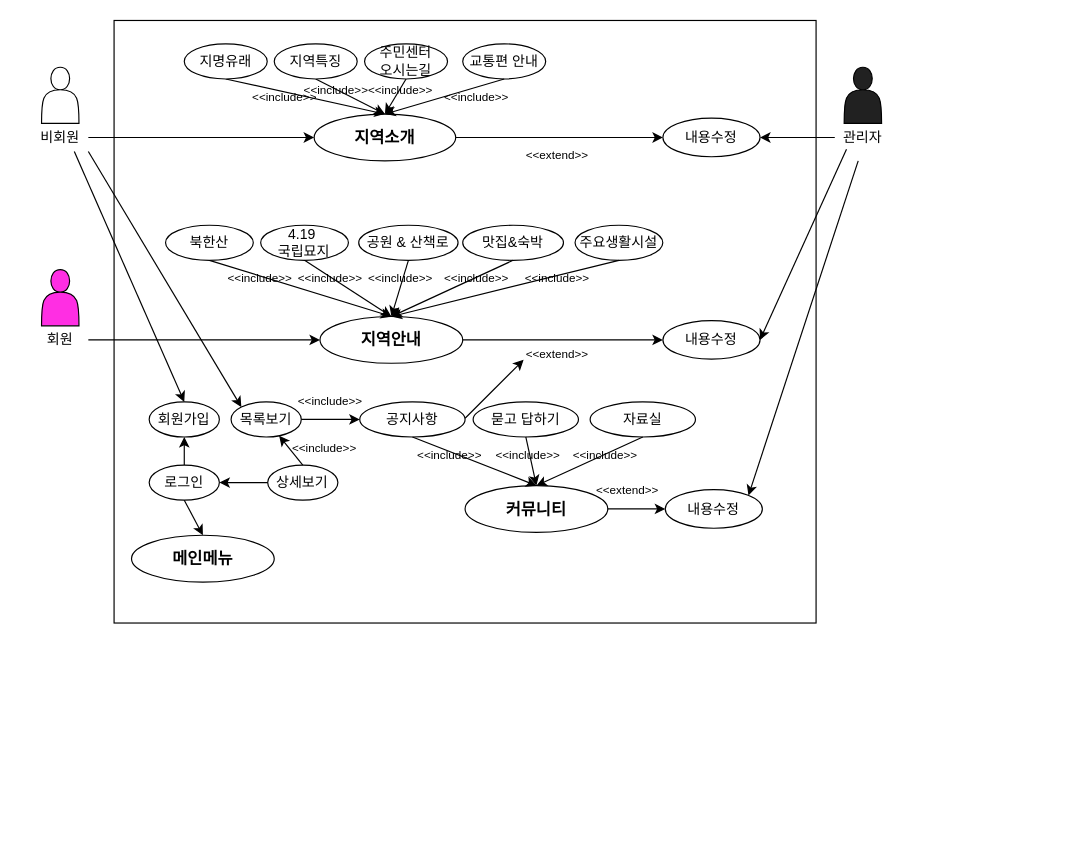
This is design/usecase_draw.drawio from leeyangie/pro01, a draw.io file, before an edit. Source tidied: cells renumbered, new cells numbered last; positions are measured from the earlier drawing's top-left corner, leaving out a move shared by most shapes. Both pictures are drawn from the tidied source at 117%, with x=0, y=0 at pixel (32, 20).
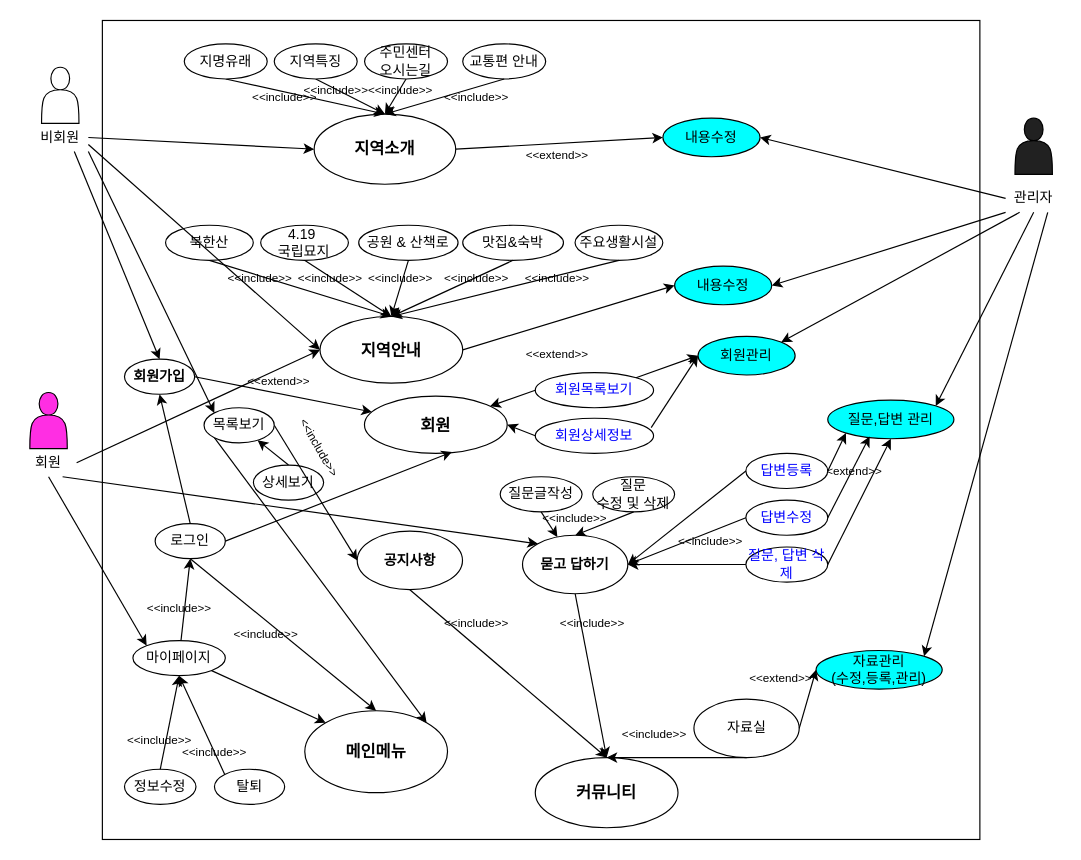
After the change.

Unchanged cells that the change refers to:
```xml
<mxCell id="11" value="비회원" style="text;html=1;align=center;verticalAlign=middle;whiteSpace=wrap;rounded=0;" parent="9" vertex="1">
  <mxGeometry y="56" width="48" height="24" as="geometry" />
</mxCell>
<mxCell id="22" value="회원" style="text;html=1;align=center;verticalAlign=middle;whiteSpace=wrap;rounded=0;" parent="20" vertex="1">
  <mxGeometry y="56" width="48" height="24" as="geometry" />
</mxCell>
```

Change to the diagram source:
```diff
@@
     <mxCell id="2" style="rounded=0;whiteSpace=wrap;html=1;" parent="1" vertex="1">
-      <mxGeometry x="70" width="600" height="515" as="geometry" />
+      <mxGeometry x="60" width="750" height="700" as="geometry" />
     </mxCell>
@@
     <mxCell id="4" value="&lt;b&gt;&lt;font style=&quot;font-size: 14px;&quot;&gt;지역소개&lt;/font&gt;&lt;/b&gt;" style="ellipse;whiteSpace=wrap;html=1;" parent="1" vertex="1">
-      <mxGeometry x="241" y="80" width="121" height="40" as="geometry" />
+      <mxGeometry x="241" y="80" width="121" height="60" as="geometry" />
     </mxCell>
@@
     <mxCell id="12" style="shape=actor;whiteSpace=wrap;html=1;fillColor=#212121;" parent="1" vertex="1">
-      <mxGeometry x="694" y="40" width="32" height="48" as="geometry" />
+      <mxGeometry x="840" y="83.5" width="32" height="48" as="geometry" />
     </mxCell>
     <mxCell id="13" value="관리자" style="text;html=1;align=center;verticalAlign=middle;whiteSpace=wrap;rounded=0;" parent="1" vertex="1">
-      <mxGeometry x="686" y="88" width="48" height="24" as="geometry" />
+      <mxGeometry x="832" y="140" width="48" height="24" as="geometry" />
     </mxCell>
@@
-    <mxCell id="15" value="내용수정" style="ellipse;whiteSpace=wrap;html=1;" parent="1" vertex="1">
+    <mxCell id="15" value="내용수정" style="ellipse;whiteSpace=wrap;html=1;fillColor=#00FFFF;" parent="1" vertex="1">
       <mxGeometry x="539.1" y="83.5" width="83" height="33" as="geometry" />
     </mxCell>
@@
     <mxCell id="17" value="&lt;span style=&quot;font-size: 14px;&quot;&gt;&lt;b&gt;지역안내&lt;/b&gt;&lt;/span&gt;" style="ellipse;whiteSpace=wrap;html=1;" parent="1" vertex="1">
-      <mxGeometry x="246" y="253" width="122" height="40" as="geometry" />
+      <mxGeometry x="246" y="253" width="122" height="57" as="geometry" />
     </mxCell>
@@
     <mxCell id="20" style="group;" parent="1" vertex="1">
-      <mxGeometry y="205" width="48" height="80" as="geometry" />
+      <mxGeometry x="-10" y="310" width="48" height="80" as="geometry" />
     </mxCell>
@@
-    <mxCell id="23" value="내용수정" style="ellipse;whiteSpace=wrap;html=1;" parent="1" vertex="1">
-      <mxGeometry x="539.1" y="256.5" width="83" height="33" as="geometry" />
+    <mxCell id="23" value="내용수정" style="ellipse;whiteSpace=wrap;html=1;fillColor=#00FFFF;" parent="1" vertex="1">
+      <mxGeometry x="549.1" y="210" width="83" height="33" as="geometry" />
     </mxCell>
-    <mxCell id="24" style="endArrow=classic;html=1;rounded=0;exitX=0;exitY=0.5;exitDx=0;exitDy=0;entryX=1;entryY=0.5;entryDx=0;entryDy=0;" parent="1" edge="1" target="23">
-      <mxGeometry relative="1" as="geometry">
-        <mxPoint x="696" y="110" as="sourcePoint" />
-      </mxGeometry>
+    <mxCell id="24" style="endArrow=classic;html=1;rounded=0;exitX=0;exitY=1;exitDx=0;exitDy=0;entryX=1;entryY=0.5;entryDx=0;entryDy=0;" parent="1" edge="1" source="13" target="23">
+      <mxGeometry relative="1" as="geometry" />
     </mxCell>
     <mxCell id="25" value="&lt;span style=&quot;font-size: 14px;&quot;&gt;&lt;b&gt;커뮤니티&lt;/b&gt;&lt;/span&gt;" style="ellipse;whiteSpace=wrap;html=1;" parent="1" vertex="1">
-      <mxGeometry x="370" y="397.5" width="122" height="40" as="geometry" />
+      <mxGeometry x="430" y="630" width="122" height="60" as="geometry" />
     </mxCell>
-    <mxCell id="26" value="목록보기" style="ellipse;whiteSpace=wrap;html=1;" parent="1" vertex="1">
-      <mxGeometry x="170" y="326" width="60" height="30" as="geometry" />
-    </mxCell>
     <mxCell id="27" value="상세보기" style="ellipse;whiteSpace=wrap;html=1;" parent="1" vertex="1">
-      <mxGeometry x="201.3" y="380" width="60" height="30" as="geometry" />
+      <mxGeometry x="189.1" y="380" width="60" height="30" as="geometry" />
     </mxCell>
-    <mxCell id="28" value="회원가입" style="ellipse;whiteSpace=wrap;html=1;" parent="1" vertex="1">
-      <mxGeometry x="100" y="326" width="60" height="30" as="geometry" />
+    <mxCell id="28" value="&lt;b&gt;회원가입&lt;/b&gt;" style="ellipse;whiteSpace=wrap;html=1;" parent="1" vertex="1">
+      <mxGeometry x="78.9" y="289.5" width="60" height="30" as="geometry" />
     </mxCell>
     <mxCell id="29" value="로그인" style="ellipse;whiteSpace=wrap;html=1;" parent="1" vertex="1">
-      <mxGeometry x="100" y="380" width="60" height="30" as="geometry" />
+      <mxGeometry x="105.1" y="430" width="60" height="30" as="geometry" />
     </mxCell>
-    <mxCell id="30" value="공지사항" style="ellipse;whiteSpace=wrap;html=1;" parent="1" vertex="1">
-      <mxGeometry x="280" y="326" width="90" height="30" as="geometry" />
+    <mxCell id="30" value="&lt;b&gt;공지사항&lt;/b&gt;" style="ellipse;whiteSpace=wrap;html=1;" parent="1" vertex="1">
+      <mxGeometry x="277.8" y="436.5" width="90" height="50" as="geometry" />
     </mxCell>
@@
     <mxCell id="44" value="&lt;span style=&quot;font-size: 14px;&quot;&gt;&lt;b&gt;메인메뉴&lt;/b&gt;&lt;/span&gt;" style="ellipse;whiteSpace=wrap;html=1;" parent="1" vertex="1">
-      <mxGeometry x="84.9" y="440" width="122" height="40" as="geometry" />
+      <mxGeometry x="233" y="590" width="122" height="70" as="geometry" />
     </mxCell>
@@
-    <mxCell id="50" style="endArrow=classic;html=1;rounded=0;exitX=0;exitY=0.5;exitDx=0;exitDy=0;entryX=1;entryY=0.5;entryDx=0;entryDy=0;" parent="1" edge="1" source="27" target="29">
-      <mxGeometry relative="1" as="geometry" />
-    </mxCell>
@@
-    <mxCell id="53" value="&lt;font style=&quot;font-size: 10px;&quot;&gt;&amp;lt;&amp;lt;include&amp;gt;&amp;gt;&lt;/font&gt;" style="text;html=1;align=center;verticalAlign=middle;whiteSpace=wrap;rounded=0;" parent="1" vertex="1">
-      <mxGeometry x="220" y="350" width="60" height="30" as="geometry" />
-    </mxCell>
-    <mxCell id="54" value="&lt;font style=&quot;font-size: 10px;&quot;&gt;&amp;lt;&amp;lt;include&amp;gt;&amp;gt;&lt;/font&gt;" style="text;html=1;align=center;verticalAlign=middle;whiteSpace=wrap;rounded=0;" parent="1" vertex="1">
-      <mxGeometry x="225.1" y="310" width="60" height="30" as="geometry" />
+    <mxCell id="54" value="&lt;font style=&quot;font-size: 10px;&quot;&gt;&amp;lt;&amp;lt;include&amp;gt;&amp;gt;&lt;/font&gt;" style="text;html=1;align=center;verticalAlign=middle;whiteSpace=wrap;rounded=0;rotation=60;" parent="1" vertex="1">
+      <mxGeometry x="215.8" y="350" width="60" height="30" as="geometry" />
     </mxCell>
@@
-    <mxCell id="56" value="묻고 답하기" style="ellipse;whiteSpace=wrap;html=1;" parent="1" vertex="1">
-      <mxGeometry x="376.9" y="326" width="90" height="30" as="geometry" />
+    <mxCell id="56" value="&lt;b&gt;묻고 답하기&lt;/b&gt;" style="ellipse;whiteSpace=wrap;html=1;" parent="1" vertex="1">
+      <mxGeometry x="419.1" y="440" width="90" height="50" as="geometry" />
     </mxCell>
     <mxCell id="57" value="자료실" style="ellipse;whiteSpace=wrap;html=1;" parent="1" vertex="1">
-      <mxGeometry x="476.9" y="326" width="90" height="30" as="geometry" />
+      <mxGeometry x="565.6" y="580" width="90" height="50" as="geometry" />
     </mxCell>
@@
-    <mxCell id="60" value="내용수정" style="ellipse;whiteSpace=wrap;html=1;" parent="1" vertex="1">
-      <mxGeometry x="541.1" y="401" width="83" height="33" as="geometry" />
+    <mxCell id="60" value="자료관리&lt;div&gt;(수정,등록,관리)&lt;/div&gt;" style="ellipse;whiteSpace=wrap;html=1;fillColor=#00FFFF;" parent="1" vertex="1">
+      <mxGeometry x="670" y="538.5" width="107.8" height="33" as="geometry" />
     </mxCell>
-    <mxCell id="61" style="endArrow=classic;html=1;rounded=0;exitX=0;exitY=0.5;exitDx=0;exitDy=0;entryX=1;entryY=0;entryDx=0;entryDy=0;" parent="1" edge="1" target="60">
-      <mxGeometry relative="1" as="geometry">
-        <mxPoint x="706" y="120" as="sourcePoint" />
-      </mxGeometry>
+    <mxCell id="61" style="endArrow=classic;html=1;rounded=0;exitX=0.75;exitY=1;exitDx=0;exitDy=0;entryX=1;entryY=0;entryDx=0;entryDy=0;" parent="1" edge="1" source="13" target="60">
+      <mxGeometry relative="1" as="geometry" />
     </mxCell>
-    <mxCell id="62" style="endArrow=classic;html=1;rounded=0;exitX=1;exitY=0.5;exitDx=0;exitDy=0;entryX=0;entryY=0.5;entryDx=0;entryDy=0;" parent="1" edge="1" source="25" target="60">
+    <mxCell id="62" style="endArrow=classic;html=1;rounded=0;exitX=1;exitY=0.5;exitDx=0;exitDy=0;entryX=0;entryY=0.5;entryDx=0;entryDy=0;" parent="1" edge="1" source="57" target="60">
       <mxGeometry relative="1" as="geometry" />
     </mxCell>
     <mxCell id="63" value="&lt;font style=&quot;font-size: 10px;&quot;&gt;&amp;lt;&amp;lt;extend&amp;gt;&amp;gt;&lt;/font&gt;" style="text;html=1;align=center;verticalAlign=middle;whiteSpace=wrap;rounded=0;" parent="1" vertex="1">
-      <mxGeometry x="479.1" y="386" width="60" height="30" as="geometry" />
+      <mxGeometry x="670" y="370" width="60" height="30" as="geometry" />
     </mxCell>
@@
     <mxCell id="66" value="&lt;font style=&quot;font-size: 10px;&quot;&gt;&amp;lt;&amp;lt;include&amp;gt;&amp;gt;&lt;/font&gt;" style="text;html=1;align=center;verticalAlign=middle;whiteSpace=wrap;rounded=0;" parent="1" vertex="1">
-      <mxGeometry x="327" y="356" width="60" height="30" as="geometry" />
+      <mxGeometry x="350" y="500" width="60" height="30" as="geometry" />
     </mxCell>
     <mxCell id="67" value="&lt;font style=&quot;font-size: 10px;&quot;&gt;&amp;lt;&amp;lt;include&amp;gt;&amp;gt;&lt;/font&gt;" style="text;html=1;align=center;verticalAlign=middle;whiteSpace=wrap;rounded=0;" parent="1" vertex="1">
-      <mxGeometry x="460" y="356" width="60" height="30" as="geometry" />
+      <mxGeometry x="502.1" y="595" width="60" height="30" as="geometry" />
     </mxCell>
     <mxCell id="68" value="&lt;font style=&quot;font-size: 10px;&quot;&gt;&amp;lt;&amp;lt;include&amp;gt;&amp;gt;&lt;/font&gt;" style="text;html=1;align=center;verticalAlign=middle;whiteSpace=wrap;rounded=0;" parent="1" vertex="1">
-      <mxGeometry x="393.5" y="356" width="60" height="30" as="geometry" />
+      <mxGeometry x="449.1" y="500" width="60" height="30" as="geometry" />
     </mxCell>
@@
-    <mxCell id="77" style="endArrow=classic;html=1;rounded=0;" parent="1" edge="1">
-      <mxGeometry relative="1" as="geometry">
-        <mxPoint x="370" y="340" as="sourcePoint" />
-        <mxPoint x="420" y="290" as="targetPoint" />
-      </mxGeometry>
-    </mxCell>
@@
+    <mxCell id="79" value="&lt;span style=&quot;font-size: 14px;&quot;&gt;&lt;b&gt;회원&lt;/b&gt;&lt;/span&gt;" style="ellipse;whiteSpace=wrap;html=1;" parent="1" vertex="1">
+      <mxGeometry x="284" y="321" width="122" height="49" as="geometry" />
+    </mxCell>
+    <mxCell id="80" style="endArrow=classic;html=1;rounded=0;exitX=1;exitY=0.5;exitDx=0;exitDy=0;" parent="1" edge="1" source="28" target="79">
+      <mxGeometry relative="1" as="geometry" />
+    </mxCell>
+    <mxCell id="81" value="&lt;font style=&quot;font-size: 10px;&quot;&gt;&amp;lt;&amp;lt;extend&amp;gt;&amp;gt;&lt;/font&gt;" style="text;html=1;align=center;verticalAlign=middle;whiteSpace=wrap;rounded=0;" parent="1" vertex="1">
+      <mxGeometry x="181" y="293" width="60" height="30" as="geometry" />
+    </mxCell>
+    <mxCell id="82" value="마이페이지" style="ellipse;whiteSpace=wrap;html=1;" parent="1" vertex="1">
+      <mxGeometry x="86.1" y="530" width="79" height="30" as="geometry" />
+    </mxCell>
+    <mxCell id="83" style="endArrow=classic;html=1;rounded=0;entryX=1;entryY=0;entryDx=0;entryDy=0;exitX=0;exitY=1;exitDx=0;exitDy=0;" parent="1" edge="1" source="26" target="44">
+      <mxGeometry relative="1" as="geometry" />
+    </mxCell>
+    <mxCell id="84" value="탈퇴" style="ellipse;whiteSpace=wrap;html=1;" parent="1" vertex="1">
+      <mxGeometry x="155.8" y="640" width="60" height="30" as="geometry" />
+    </mxCell>
+    <mxCell id="85" style="endArrow=classic;html=1;rounded=0;entryX=0;entryY=0;entryDx=0;entryDy=0;exitX=1;exitY=1;exitDx=0;exitDy=0;" parent="1" edge="1" source="82" target="44">
+      <mxGeometry relative="1" as="geometry" />
+    </mxCell>
+    <mxCell id="26" value="목록보기" style="ellipse;whiteSpace=wrap;html=1;" parent="1" vertex="1">
+      <mxGeometry x="146.9" y="331" width="60" height="30" as="geometry" />
+    </mxCell>
+    <mxCell id="86" value="정보수정" style="ellipse;whiteSpace=wrap;html=1;" parent="1" vertex="1">
+      <mxGeometry x="78.9" y="640" width="61.1" height="30" as="geometry" />
+    </mxCell>
+    <mxCell id="87" style="endArrow=classic;html=1;rounded=0;exitX=0.5;exitY=0;exitDx=0;exitDy=0;entryX=0.5;entryY=1;entryDx=0;entryDy=0;" parent="1" edge="1" source="86" target="82">
+      <mxGeometry relative="1" as="geometry" />
+    </mxCell>
+    <mxCell id="88" style="endArrow=classic;html=1;rounded=0;exitX=0;exitY=0;exitDx=0;exitDy=0;entryX=0.5;entryY=1;entryDx=0;entryDy=0;" parent="1" edge="1" source="84" target="82">
+      <mxGeometry relative="1" as="geometry" />
+    </mxCell>
+    <mxCell id="89" style="endArrow=classic;html=1;rounded=0;exitX=0.5;exitY=1;exitDx=0;exitDy=0;entryX=0;entryY=0;entryDx=0;entryDy=0;" parent="1" edge="1" source="22" target="82">
+      <mxGeometry relative="1" as="geometry" />
+    </mxCell>
+    <mxCell id="90" style="endArrow=classic;html=1;rounded=0;entryX=0.5;entryY=1;entryDx=0;entryDy=0;" parent="1" edge="1" source="82" target="29">
+      <mxGeometry relative="1" as="geometry" />
+    </mxCell>
+    <mxCell id="91" value="&lt;font style=&quot;font-size: 10px;&quot;&gt;&amp;lt;&amp;lt;include&amp;gt;&amp;gt;&lt;/font&gt;" style="text;html=1;align=center;verticalAlign=middle;whiteSpace=wrap;rounded=0;" parent="1" vertex="1">
+      <mxGeometry x="170" y="508.5" width="60" height="30" as="geometry" />
+    </mxCell>
+    <mxCell id="92" value="&lt;font style=&quot;font-size: 10px;&quot;&gt;&amp;lt;&amp;lt;include&amp;gt;&amp;gt;&lt;/font&gt;" style="text;html=1;align=center;verticalAlign=middle;whiteSpace=wrap;rounded=0;" parent="1" vertex="1">
+      <mxGeometry x="95.8" y="486.5" width="60" height="30" as="geometry" />
+    </mxCell>
+    <mxCell id="93" value="&lt;font style=&quot;font-size: 10px;&quot;&gt;&amp;lt;&amp;lt;include&amp;gt;&amp;gt;&lt;/font&gt;" style="text;html=1;align=center;verticalAlign=middle;whiteSpace=wrap;rounded=0;" parent="1" vertex="1">
+      <mxGeometry x="78.9" y="600" width="60" height="30" as="geometry" />
+    </mxCell>
+    <mxCell id="94" value="&lt;font style=&quot;font-size: 10px;&quot;&gt;&amp;lt;&amp;lt;include&amp;gt;&amp;gt;&lt;/font&gt;" style="text;html=1;align=center;verticalAlign=middle;whiteSpace=wrap;rounded=0;" parent="1" vertex="1">
+      <mxGeometry x="126" y="610" width="60" height="30" as="geometry" />
+    </mxCell>
+    <mxCell id="95" style="edgeStyle=orthogonalEdgeStyle;rounded=0;jettySize=auto;html=1;exitX=0.5;exitY=1;exitDx=0;exitDy=0;" parent="1" edge="1" source="96">
+      <mxGeometry relative="1" as="geometry">
+        <mxPoint x="435" y="420" as="targetPoint" />
+      </mxGeometry>
+    </mxCell>
+    <mxCell id="96" value="질문글작성" style="ellipse;whiteSpace=wrap;html=1;" parent="1" vertex="1">
+      <mxGeometry x="400" y="390" width="70" height="30" as="geometry" />
+    </mxCell>
+    <mxCell id="97" style="endArrow=classic;html=1;rounded=0;exitX=0.75;exitY=1;exitDx=0;exitDy=0;entryX=0;entryY=0;entryDx=0;entryDy=0;" parent="1" edge="1" source="22" target="56">
+      <mxGeometry relative="1" as="geometry" />
+    </mxCell>
+    <mxCell id="98" value="질문&lt;div&gt;수정 및 삭제&lt;/div&gt;" style="ellipse;whiteSpace=wrap;html=1;" parent="1" vertex="1">
+      <mxGeometry x="479.1" y="390" width="70" height="30" as="geometry" />
+    </mxCell>
+    <mxCell id="99" style="endArrow=classic;html=1;rounded=0;exitX=0.5;exitY=1;exitDx=0;exitDy=0;" parent="1" edge="1" source="96" target="56">
+      <mxGeometry relative="1" as="geometry" />
+    </mxCell>
+    <mxCell id="100" style="endArrow=classic;html=1;rounded=0;exitX=0.5;exitY=1;exitDx=0;exitDy=0;entryX=0.5;entryY=0;entryDx=0;entryDy=0;" parent="1" edge="1" source="98" target="56">
+      <mxGeometry relative="1" as="geometry" />
+    </mxCell>
+    <mxCell id="101" value="&lt;font color=&quot;#0000ff&quot;&gt;답변등록&lt;/font&gt;" style="ellipse;whiteSpace=wrap;html=1;" parent="1" vertex="1">
+      <mxGeometry x="610" y="370" width="70" height="30" as="geometry" />
+    </mxCell>
+    <mxCell id="102" value="&lt;font color=&quot;#0000ff&quot;&gt;답변수정&lt;/font&gt;" style="ellipse;whiteSpace=wrap;html=1;" parent="1" vertex="1">
+      <mxGeometry x="610" y="410" width="70" height="30" as="geometry" />
+    </mxCell>
+    <mxCell id="103" value="질문,답변 관리" style="ellipse;whiteSpace=wrap;html=1;fillColor=#00FFFF;" parent="1" vertex="1">
+      <mxGeometry x="680" y="324.5" width="107.8" height="33" as="geometry" />
+    </mxCell>
+    <mxCell id="104" value="&lt;font color=&quot;#0000ff&quot;&gt;질문, 답변 삭제&lt;/font&gt;" style="ellipse;whiteSpace=wrap;html=1;" parent="1" vertex="1">
+      <mxGeometry x="610" y="450" width="70" height="30" as="geometry" />
+    </mxCell>
+    <mxCell id="105" value="&lt;font color=&quot;#0000ff&quot;&gt;회원목록보기&lt;/font&gt;" style="ellipse;whiteSpace=wrap;html=1;" parent="1" vertex="1">
+      <mxGeometry x="430" y="301" width="101.1" height="30" as="geometry" />
+    </mxCell>
+    <mxCell id="106" value="&lt;font color=&quot;#0000ff&quot;&gt;회원상세정보&lt;/font&gt;" style="ellipse;whiteSpace=wrap;html=1;" parent="1" vertex="1">
+      <mxGeometry x="430" y="340" width="101.1" height="30" as="geometry" />
+    </mxCell>
+    <mxCell id="107" style="endArrow=classic;html=1;rounded=0;exitX=0;exitY=0.5;exitDx=0;exitDy=0;" parent="1" edge="1" source="105" target="79">
+      <mxGeometry relative="1" as="geometry" />
+    </mxCell>
+    <mxCell id="108" style="endArrow=classic;html=1;rounded=0;exitX=0;exitY=0.5;exitDx=0;exitDy=0;entryX=1;entryY=0.5;entryDx=0;entryDy=0;" parent="1" edge="1" source="106" target="79">
+      <mxGeometry relative="1" as="geometry" />
+    </mxCell>
+    <mxCell id="109" value="회원관리" style="ellipse;whiteSpace=wrap;html=1;fillColor=#00FFFF;" parent="1" vertex="1">
+      <mxGeometry x="569.1" y="270" width="83" height="33" as="geometry" />
+    </mxCell>
+    <mxCell id="110" style="endArrow=classic;html=1;rounded=0;exitX=1;exitY=0.75;exitDx=0;exitDy=0;entryX=0;entryY=0.5;entryDx=0;entryDy=0;" parent="1" edge="1" source="11" target="17">
+      <mxGeometry relative="1" as="geometry" />
+    </mxCell>
+    <mxCell id="111" style="endArrow=classic;html=1;rounded=0;exitX=1;exitY=0;exitDx=0;exitDy=0;entryX=0;entryY=0.5;entryDx=0;entryDy=0;" parent="1" edge="1" source="105" target="109">
+      <mxGeometry relative="1" as="geometry" />
+    </mxCell>
+    <mxCell id="112" style="endArrow=classic;html=1;rounded=0;entryX=0;entryY=0.5;entryDx=0;entryDy=0;exitX=0.98;exitY=0.267;exitDx=0;exitDy=0;exitPerimeter=0;" parent="1" edge="1" source="106" target="109">
+      <mxGeometry relative="1" as="geometry" />
+    </mxCell>
+    <mxCell id="113" style="endArrow=classic;html=1;rounded=0;exitX=0.25;exitY=1;exitDx=0;exitDy=0;entryX=1;entryY=0;entryDx=0;entryDy=0;" parent="1" edge="1" source="13" target="109">
+      <mxGeometry relative="1" as="geometry" />
+    </mxCell>
+    <mxCell id="114" style="endArrow=classic;html=1;rounded=0;exitX=1;exitY=0.5;exitDx=0;exitDy=0;entryX=0;entryY=1;entryDx=0;entryDy=0;" parent="1" edge="1" source="101" target="103">
+      <mxGeometry relative="1" as="geometry" />
+    </mxCell>
+    <mxCell id="115" style="endArrow=classic;html=1;rounded=0;exitX=1;exitY=0.5;exitDx=0;exitDy=0;entryX=0.332;entryY=0.939;entryDx=0;entryDy=0;entryPerimeter=0;" parent="1" edge="1" source="102" target="103">
+      <mxGeometry relative="1" as="geometry" />
+    </mxCell>
+    <mxCell id="116" style="endArrow=classic;html=1;rounded=0;exitX=1;exitY=0.5;exitDx=0;exitDy=0;entryX=0.5;entryY=1;entryDx=0;entryDy=0;" parent="1" edge="1" source="104" target="103">
+      <mxGeometry relative="1" as="geometry" />
+    </mxCell>
+    <mxCell id="117" style="endArrow=classic;html=1;rounded=0;exitX=0.5;exitY=1;exitDx=0;exitDy=0;entryX=1;entryY=0;entryDx=0;entryDy=0;" parent="1" edge="1" source="13" target="103">
+      <mxGeometry relative="1" as="geometry" />
+    </mxCell>
+    <mxCell id="118" style="endArrow=classic;html=1;rounded=0;exitX=0;exitY=0.5;exitDx=0;exitDy=0;entryX=1;entryY=0.5;entryDx=0;entryDy=0;" parent="1" edge="1" source="101" target="56">
+      <mxGeometry relative="1" as="geometry" />
+    </mxCell>
+    <mxCell id="119" style="endArrow=classic;html=1;rounded=0;exitX=0;exitY=0.5;exitDx=0;exitDy=0;entryX=1;entryY=0.5;entryDx=0;entryDy=0;" parent="1" edge="1" source="102" target="56">
+      <mxGeometry relative="1" as="geometry" />
+    </mxCell>
+    <mxCell id="120" style="endArrow=classic;html=1;rounded=0;exitX=0;exitY=0.5;exitDx=0;exitDy=0;entryX=1;entryY=0.5;entryDx=0;entryDy=0;" parent="1" edge="1" source="104" target="56">
+      <mxGeometry relative="1" as="geometry" />
+    </mxCell>
+    <mxCell id="121" value="&lt;font style=&quot;font-size: 10px;&quot;&gt;&amp;lt;&amp;lt;include&amp;gt;&amp;gt;&lt;/font&gt;" style="text;html=1;align=center;verticalAlign=middle;whiteSpace=wrap;rounded=0;" parent="1" vertex="1">
+      <mxGeometry x="550" y="430" width="60" height="30" as="geometry" />
+    </mxCell>
+    <mxCell id="122" value="&lt;font style=&quot;font-size: 10px;&quot;&gt;&amp;lt;&amp;lt;include&amp;gt;&amp;gt;&lt;/font&gt;" style="text;html=1;align=center;verticalAlign=middle;whiteSpace=wrap;rounded=0;" parent="1" vertex="1">
+      <mxGeometry x="434.1" y="410" width="60" height="30" as="geometry" />
+    </mxCell>
+    <mxCell id="123" value="&lt;font style=&quot;font-size: 10px;&quot;&gt;&amp;lt;&amp;lt;extend&amp;gt;&amp;gt;&lt;/font&gt;" style="text;html=1;align=center;verticalAlign=middle;whiteSpace=wrap;rounded=0;" parent="1" vertex="1">
+      <mxGeometry x="610" y="546.5" width="60" height="30" as="geometry" />
+    </mxCell>
+    <mxCell id="124" style="endArrow=classic;html=1;rounded=0;exitX=1;exitY=0.5;exitDx=0;exitDy=0;entryX=0.613;entryY=0.975;entryDx=0;entryDy=0;entryPerimeter=0;" parent="1" edge="1" source="29" target="79">
+      <mxGeometry relative="1" as="geometry" />
+    </mxCell>
```
